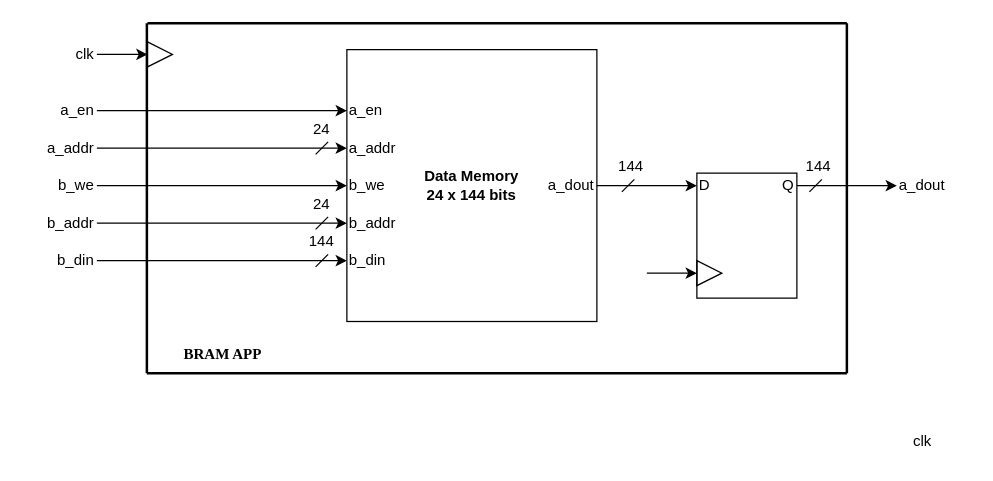
This is page "BRAM_APP" (1 of 3) of images/LDP_DECODER.drawio from Jacksurfer2005/SummerInternshipPorject, a draw.io file, before an edit. Source tidied: cells renumbered, new cells numbered last; positions are measured from the earlier drawing's top-left corner, leaving out a move shared by most shapes. Both pictures are drawn from the tidied source at 125%, with x=0, y=0 at pixel (21, 22).
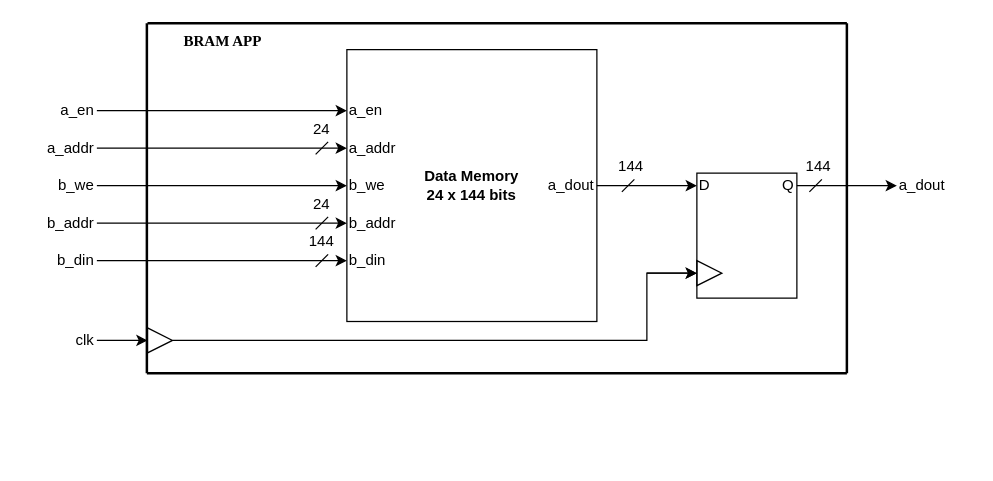
After the change.

Unchanged cells that the change refers to:
```xml
<mxCell id="10" style="triangle;whiteSpace=wrap;html=1;shapeInside=1;rounded=0;strokeColor=default;align=center;verticalAlign=middle;fontFamily=Helvetica;fontSize=12;fontColor=default;fillColor=none;" parent="1" vertex="1">
  <mxGeometry x="540" y="190" width="20" height="20" as="geometry" />
</mxCell>
```

The edit, as a diff of the source:
```diff
@@
     <mxCell id="18" value="clk" style="text;html=1;whiteSpace=wrap;strokeColor=none;fillColor=none;align=right;verticalAlign=middle;rounded=0;fontFamily=Helvetica;fontSize=12;fontColor=default;spacing=2;spacingTop=0;" parent="1" vertex="1">
-      <mxGeometry y="10" width="60" height="30" as="geometry" />
+      <mxGeometry y="238.8" width="60" height="30" as="geometry" />
     </mxCell>
@@
+    <mxCell id="46" style="edgeStyle=orthogonalEdgeStyle;shape=connector;rounded=0;jettySize=auto;html=1;entryX=0;entryY=0.5;entryDx=0;entryDy=0;strokeColor=default;strokeWidth=1;align=center;verticalAlign=middle;fontFamily=Helvetica;fontSize=12;fontColor=default;labelBackgroundColor=default;endArrow=classic;" parent="1" edge="1" source="25" target="10">
+      <mxGeometry relative="1" as="geometry">
+        <Array as="points">
+          <mxPoint x="500" y="253.8" />
+          <mxPoint x="500" y="200" />
+        </Array>
+      </mxGeometry>
+    </mxCell>
     <mxCell id="25" style="triangle;whiteSpace=wrap;html=1;shapeInside=1;rounded=0;strokeColor=default;align=center;verticalAlign=middle;fontFamily=Helvetica;fontSize=12;fontColor=default;fillColor=none;" parent="1" vertex="1">
-      <mxGeometry x="100.5" y="15" width="20" height="20" as="geometry" />
+      <mxGeometry x="100.5" y="243.8" width="20" height="20" as="geometry" />
     </mxCell>
-    <mxCell id="26" value="clk" style="text;html=1;whiteSpace=wrap;strokeColor=none;fillColor=none;align=right;verticalAlign=middle;rounded=0;fontFamily=Helvetica;fontSize=12;fontColor=default;spacing=2;spacingTop=0;" parent="1" vertex="1">
-      <mxGeometry x="670" y="320" width="60" height="30" as="geometry" />
-    </mxCell>
     <mxCell id="27" value="&lt;b&gt;BRAM APP&lt;/b&gt;" style="text;html=1;whiteSpace=wrap;strokeColor=none;fillColor=none;align=center;verticalAlign=middle;rounded=0;fontFamily=Times New Roman;fontSize=12;fontColor=default;" parent="1" vertex="1">
-      <mxGeometry x="100.5" y="250" width="119.5" height="30" as="geometry" />
+      <mxGeometry x="100.5" width="119.5" height="30" as="geometry" />
     </mxCell>
```
